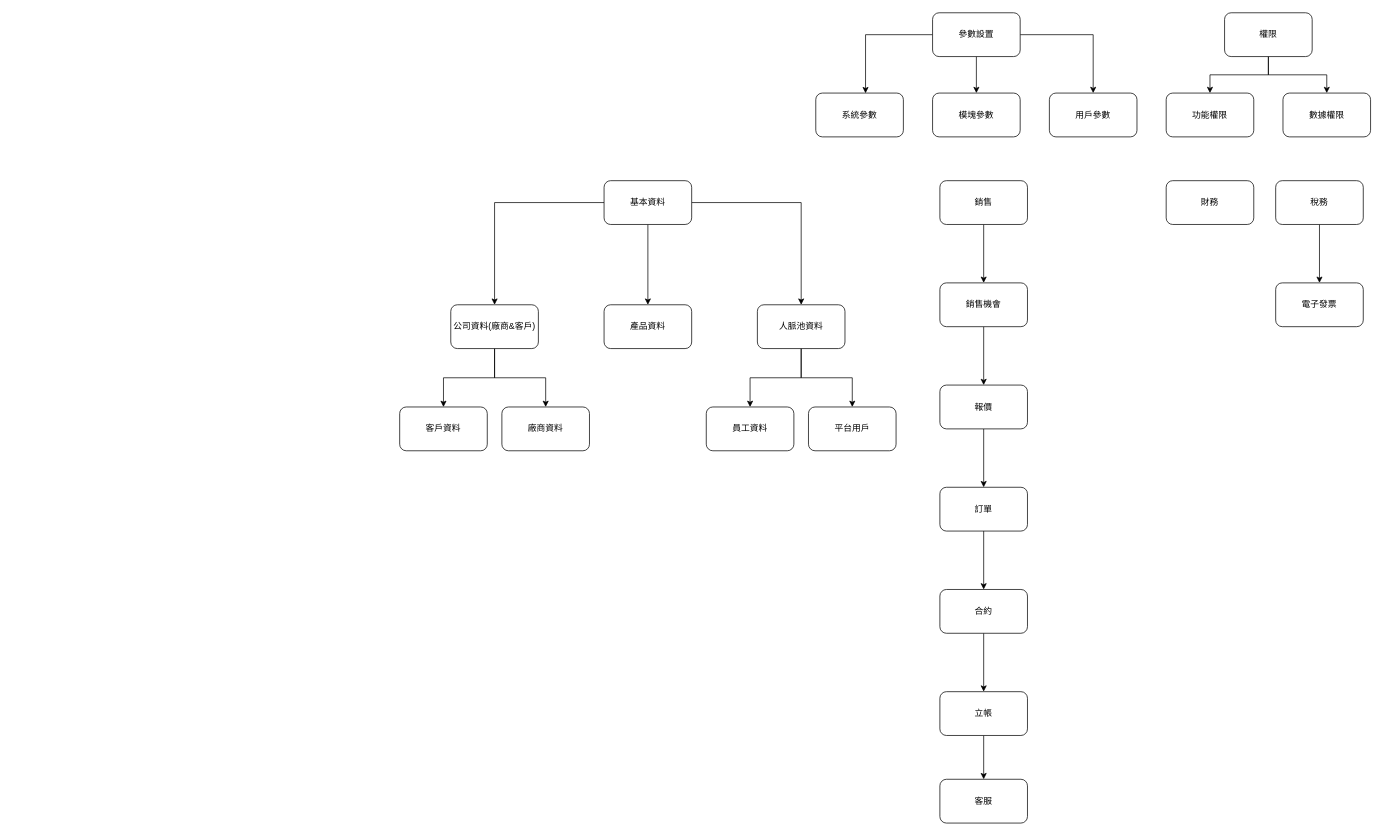
Earlier version of the draw.io diagram fPlus_主流程.drawio (frglobal/documents). Source tidied: cells renumbered, new cells numbered last; positions are measured from the earlier drawing's top-left corner, leaving out a move shared by most shapes. Both pictures are drawn from the tidied source at 73%, with x=0, y=0 at pixel (399, 12).
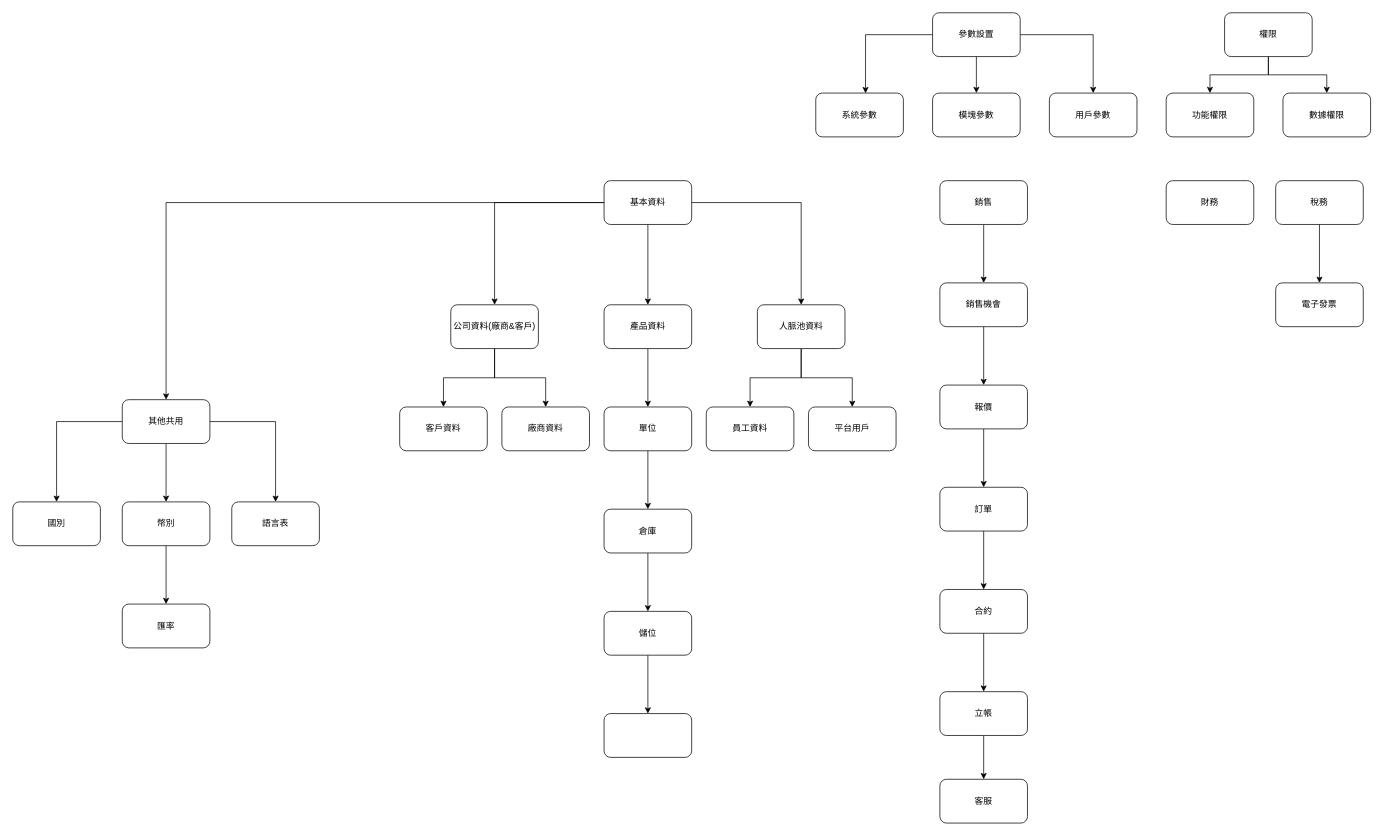
The same page after the edit.

Commit message (it also covers changes not shown here):
更新fPlus_主流程.drawio

The change refers to these unchanged cells:
```xml
<mxCell id="7" value="基本資料" style="rounded=1;whiteSpace=wrap;html=1;" parent="1" vertex="1">
  <mxGeometry x="280" y="230" width="120" height="60" as="geometry" />
</mxCell>
<mxCell id="8" value="產品資料" style="rounded=1;whiteSpace=wrap;html=1;" parent="1" vertex="1">
  <mxGeometry x="280" y="400" width="120" height="60" as="geometry" />
</mxCell>
```

What changed in the source:
```diff
@@
+    <mxCell id="46" style="edgeStyle=orthogonalEdgeStyle;rounded=0;jettySize=auto;html=1;" parent="1" edge="1" source="7" target="58">
+      <mxGeometry relative="1" as="geometry" />
+    </mxCell>
@@
+    <mxCell id="47" style="edgeStyle=orthogonalEdgeStyle;rounded=0;jettySize=auto;html=1;" parent="1" edge="1" source="8" target="49">
+      <mxGeometry relative="1" as="geometry" />
+    </mxCell>
@@
+    <mxCell id="48" style="edgeStyle=orthogonalEdgeStyle;rounded=0;jettySize=auto;html=1;" parent="1" edge="1" source="49" target="51">
+      <mxGeometry relative="1" as="geometry" />
+    </mxCell>
+    <mxCell id="49" value="單位" style="rounded=1;whiteSpace=wrap;html=1;" parent="1" vertex="1">
+      <mxGeometry x="280" y="540" width="120" height="60" as="geometry" />
+    </mxCell>
+    <mxCell id="50" style="edgeStyle=orthogonalEdgeStyle;rounded=0;jettySize=auto;html=1;" parent="1" edge="1" source="51" target="53">
+      <mxGeometry relative="1" as="geometry" />
+    </mxCell>
+    <mxCell id="51" value="倉庫" style="rounded=1;whiteSpace=wrap;html=1;" parent="1" vertex="1">
+      <mxGeometry x="280" y="680" width="120" height="60" as="geometry" />
+    </mxCell>
+    <mxCell id="52" style="edgeStyle=orthogonalEdgeStyle;rounded=0;jettySize=auto;html=1;" parent="1" edge="1" source="53" target="54">
+      <mxGeometry relative="1" as="geometry" />
+    </mxCell>
+    <mxCell id="53" value="儲位" style="rounded=1;whiteSpace=wrap;html=1;" parent="1" vertex="1">
+      <mxGeometry x="280" y="820" width="120" height="60" as="geometry" />
+    </mxCell>
+    <mxCell id="54" style="rounded=1;whiteSpace=wrap;html=1;" parent="1" vertex="1">
+      <mxGeometry x="280" y="960" width="120" height="60" as="geometry" />
+    </mxCell>
@@
+    <mxCell id="55" style="edgeStyle=orthogonalEdgeStyle;rounded=0;jettySize=auto;html=1;" parent="1" edge="1" source="58" target="60">
+      <mxGeometry relative="1" as="geometry" />
+    </mxCell>
+    <mxCell id="56" style="edgeStyle=orthogonalEdgeStyle;rounded=0;jettySize=auto;html=1;" parent="1" edge="1" source="58" target="62">
+      <mxGeometry relative="1" as="geometry" />
+    </mxCell>
+    <mxCell id="57" style="edgeStyle=orthogonalEdgeStyle;rounded=0;jettySize=auto;html=1;" parent="1" edge="1" source="58" target="63">
+      <mxGeometry relative="1" as="geometry" />
+    </mxCell>
+    <mxCell id="58" value="其他共用" style="rounded=1;whiteSpace=wrap;html=1;" parent="1" vertex="1">
+      <mxGeometry x="-380" y="530" width="120" height="60" as="geometry" />
+    </mxCell>
+    <mxCell id="59" style="edgeStyle=orthogonalEdgeStyle;rounded=0;jettySize=auto;html=1;" parent="1" edge="1" source="60" target="61">
+      <mxGeometry relative="1" as="geometry" />
+    </mxCell>
+    <mxCell id="60" value="幣別" style="rounded=1;whiteSpace=wrap;html=1;" parent="1" vertex="1">
+      <mxGeometry x="-380" y="670" width="120" height="60" as="geometry" />
+    </mxCell>
+    <mxCell id="61" value="匯率" style="rounded=1;whiteSpace=wrap;html=1;" parent="1" vertex="1">
+      <mxGeometry x="-380" y="810" width="120" height="60" as="geometry" />
+    </mxCell>
+    <mxCell id="62" value="語言表" style="rounded=1;whiteSpace=wrap;html=1;" parent="1" vertex="1">
+      <mxGeometry x="-230" y="670" width="120" height="60" as="geometry" />
+    </mxCell>
+    <mxCell id="63" value="國別" style="rounded=1;whiteSpace=wrap;html=1;" parent="1" vertex="1">
+      <mxGeometry x="-530" y="670" width="120" height="60" as="geometry" />
+    </mxCell>
```
